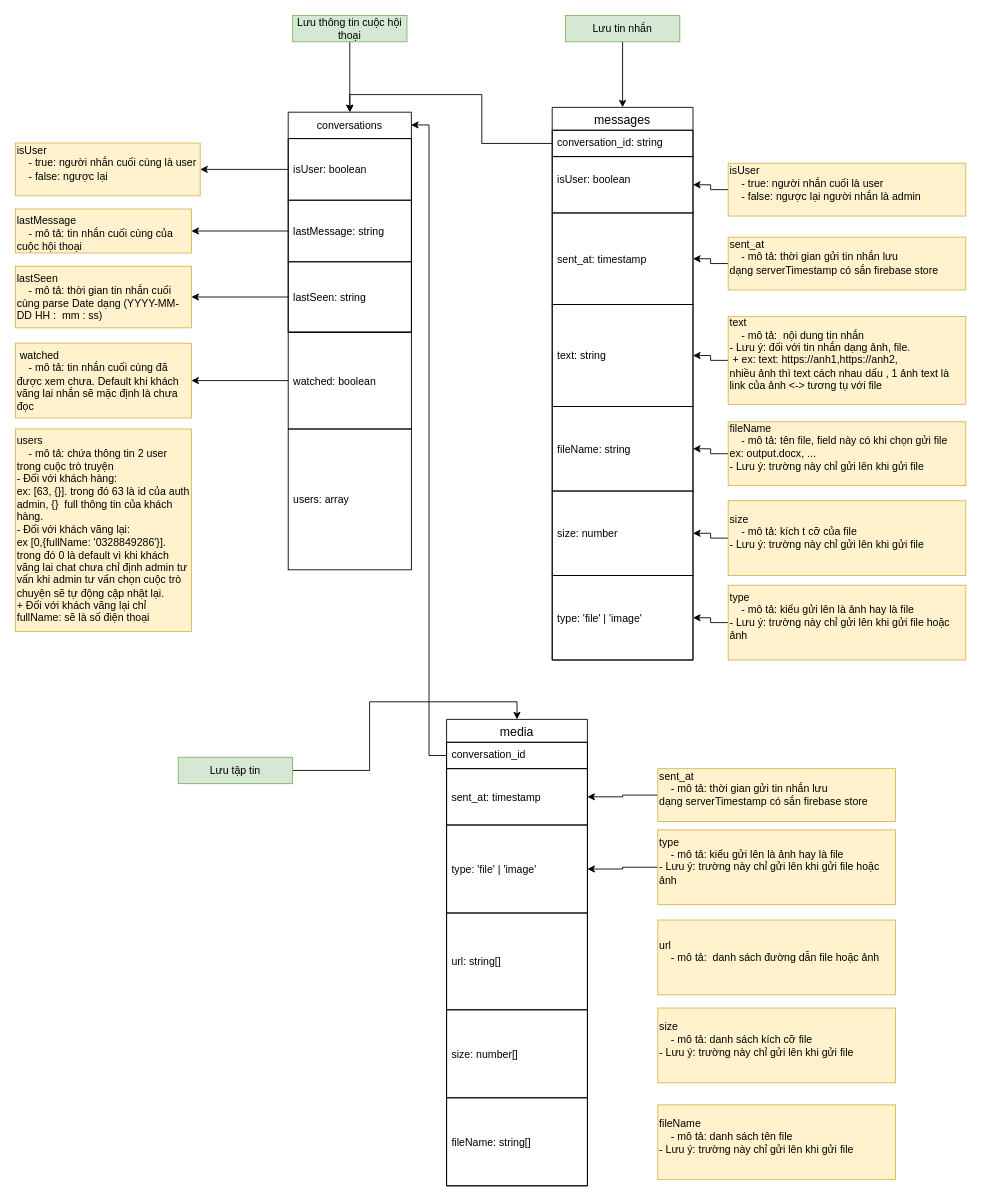
Above: firebase-store.drawio in nhuydev1704/xml-json (draw.io), before the change. Source tidied: cells renumbered, new cells numbered last; positions are measured from the earlier drawing's top-left corner, leaving out a move shared by most shapes. Both pictures are drawn from the tidied source at 88%, with x=0, y=0 at pixel (15, 15).
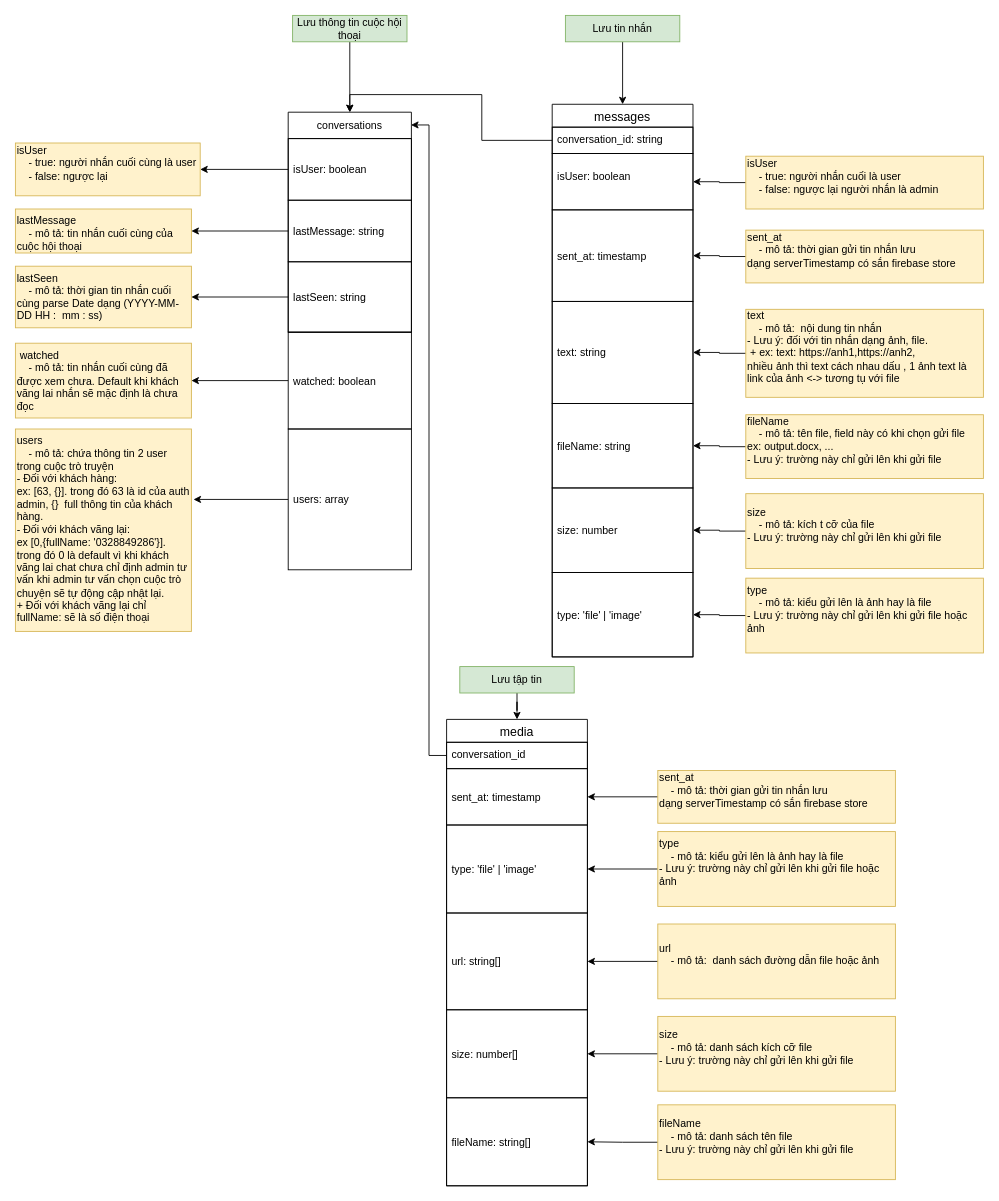
After the change.

Commit message (it also covers changes not shown here):
Cập nhật firebase-store.drawio

Unchanged cells that the change refers to:
```xml
<mxCell id="9" value="users: array" style="text;strokeColor=default;fillColor=none;align=left;verticalAlign=middle;spacingLeft=4;spacingRight=4;overflow=hidden;points=[[0,0.5],[1,0.5]];portConstraint=eastwest;" parent="1" vertex="1">
  <mxGeometry x="310" y="470" width="140" height="160" as="geometry" />
</mxCell>
<mxCell id="10" value="&lt;span style=&quot;color: rgba(0, 0, 0, 0); font-family: monospace; font-size: 0px;&quot;&gt;&amp;nbsp;%3CmxGraphModel%3E%3Croot%3E%3CmxCell%20id%3D%220%22%2F%3E%3CmxCell%20id%3D%221%22%20parent%3D%220%22%2F%3E%3CmxCell%20id%3D%222%22%20value%3D%22isUser%3A%20ki%E1%BB%83u%20d%E1%BB%AF%20li%E1%BB%87u%20boolean%26lt%3Bbr%26gt%3B%26amp%3Bnbsp%3B%20%26amp%3Bnbsp%3B%20true%3A%20ng%C6%B0%E1%BB%9Di%20nh%E1%BA%AFn%20cu%E1%BB%91i%20c%C3%B9ng%20l%C3%A0%20user%26lt%3Bbr%26gt%3B%26amp%3Bnbsp%3B%20%26amp%3Bnbsp%3B%20false%3A%20ng%C6%B0%E1%BB%A3c%20l%E1%BA%A1i%26lt%3Bbr%26gt%3B%26amp%3Bnbsp%3B%22%20style%3D%22text%3Bhtml%3D1%3BstrokeColor%3D%23d6b656%3BfillColor%3D%23fff2cc%3Balign%3Dleft%3BverticalAlign%3Dmiddle%3BwhiteSpace%3Dwrap%3Brounded%3D0%3B%22%20vertex%3D%221%22%20parent%3D%221%22%3E%3CmxGeometry%20x%3D%2210%22%20y%3D%22270%22%20width%3D%22200%22%20height%3D%2260%22%20as%3D%22geometry%22%2F%3E%3C%2FmxCell%3E%3C%2Froot%3E%3C%2FmxGraphModel%3E&lt;/span&gt;&lt;span style=&quot;&quot;&gt;users&lt;/span&gt;&lt;br&gt;&amp;nbsp; &amp;nbsp; - mô tả: chứa thông tin 2 user trong cuộc trò truyện&lt;br&gt;- Đối với khách hàng:&amp;nbsp;&lt;br&gt;ex: [63, {}]. trong đó 63 là id của auth admin, {}&amp;nbsp; full thông tin của khách hàng.&amp;nbsp;&lt;br&gt;- Đối với khách vãng lại:&lt;br&gt;ex [0,{fullName: '0328849286'}]. trong đó 0 là default vì khi khách vãng lai chat chưa chỉ định admin tư vấn khi admin tư vấn chọn cuộc trò chuyện sẽ tự động cập nhật lại.&lt;br&gt;+ Đối với khách vãng lại chỉ fullName: sẽ là số điện thoại&lt;br&gt;&lt;br&gt;&amp;nbsp;" style="text;html=1;strokeColor=#d6b656;fillColor=#fff2cc;align=left;verticalAlign=top;whiteSpace=wrap;rounded=0;sketch=0;" parent="1" vertex="1">
  <mxGeometry y="470" width="200" height="230" as="geometry" />
</mxCell>
<mxCell id="42" value="url: string[]" style="text;strokeColor=default;fillColor=none;spacingLeft=4;spacingRight=4;overflow=hidden;points=[[0,0.5],[1,0.5]];portConstraint=eastwest;fontSize=12;sketch=0;verticalAlign=middle;" parent="38" vertex="1">
  <mxGeometry y="220" width="160" height="110" as="geometry" />
</mxCell>
<mxCell id="43" value="size: number[]" style="text;strokeColor=default;fillColor=none;spacingLeft=4;spacingRight=4;overflow=hidden;points=[[0,0.5],[1,0.5]];portConstraint=eastwest;fontSize=12;sketch=0;verticalAlign=middle;" parent="38" vertex="1">
  <mxGeometry y="330" width="160" height="100" as="geometry" />
</mxCell>
<mxCell id="44" value="fileName: string[]" style="text;strokeColor=default;fillColor=none;spacingLeft=4;spacingRight=4;overflow=hidden;points=[[0,0.5],[1,0.5]];portConstraint=eastwest;fontSize=12;sketch=0;verticalAlign=middle;" parent="38" vertex="1">
  <mxGeometry y="430" width="160" height="100" as="geometry" />
</mxCell>
<mxCell id="57" value="fileName&lt;br&gt;&amp;nbsp; &amp;nbsp; - mô tả: danh sách tên file&lt;br&gt;- Lưu ý: trường này chỉ gửi lên khi gửi file&lt;br&gt;&amp;nbsp;" style="text;html=1;strokeColor=#d6b656;fillColor=#fff2cc;align=left;verticalAlign=middle;whiteSpace=wrap;rounded=0;" parent="1" vertex="1">
  <mxGeometry x="730" y="1238" width="270" height="85" as="geometry" />
</mxCell>
```

Diff of the diagram source:
```diff
@@
+    <mxCell id="59" style="edgeStyle=orthogonalEdgeStyle;rounded=0;jettySize=auto;html=1;entryX=1.012;entryY=0.348;entryDx=0;entryDy=0;entryPerimeter=0;" parent="1" edge="1" source="9" target="10">
+      <mxGeometry relative="1" as="geometry" />
+    </mxCell>
@@
     <mxCell id="18" value="messages" style="swimlane;fontStyle=0;horizontal=1;startSize=26;align=center;fontSize=14;sketch=0;strokeColor=default;" parent="1" vertex="1">
-      <mxGeometry x="610" y="104.5" width="160" height="628" as="geometry" />
+      <mxGeometry x="610" y="101" width="160" height="628" as="geometry" />
     </mxCell>
@@
     <mxCell id="27" value="isUser&lt;br&gt;&amp;nbsp; &amp;nbsp; - true: người nhắn cuối là user&lt;br&gt;&amp;nbsp; &amp;nbsp; - false: ngược lại người nhắn là admin&lt;br&gt;&amp;nbsp;" style="text;html=1;strokeColor=#d6b656;fillColor=#fff2cc;align=left;verticalAlign=middle;whiteSpace=wrap;rounded=0;" parent="1" vertex="1">
-      <mxGeometry x="810" y="168" width="270" height="60" as="geometry" />
+      <mxGeometry x="830" y="160" width="270" height="60" as="geometry" />
     </mxCell>
@@
     <mxCell id="29" value="sent_at&lt;br&gt;&amp;nbsp; &amp;nbsp; - mô tả: thời gian gửi tin nhắn lưu dạng&amp;nbsp;serverTimestamp có sắn firebase store&lt;br&gt;&amp;nbsp;" style="text;html=1;strokeColor=#d6b656;fillColor=#fff2cc;align=left;verticalAlign=middle;whiteSpace=wrap;rounded=0;" parent="1" vertex="1">
-      <mxGeometry x="810" y="252" width="270" height="60" as="geometry" />
+      <mxGeometry x="830" y="244" width="270" height="60" as="geometry" />
     </mxCell>
@@
     <mxCell id="31" value="text&lt;br&gt;&amp;nbsp; &amp;nbsp; - mô tả:&amp;nbsp; nội dung tin nhắn&lt;br&gt;- Lưu ý: đối với tin nhắn dạng ảnh, file.&lt;br&gt;&amp;nbsp;+ ex: text: https://anh1,https://anh2,&lt;br&gt;nhiều ảnh thì text cách nhau dấu , 1 ảnh text là link của ảnh &amp;lt;-&amp;gt; tương tụ với file&lt;br&gt;&amp;nbsp;" style="text;html=1;strokeColor=#d6b656;fillColor=#fff2cc;align=left;verticalAlign=middle;whiteSpace=wrap;rounded=0;" parent="1" vertex="1">
-      <mxGeometry x="810" y="342" width="270" height="100" as="geometry" />
+      <mxGeometry x="830" y="334" width="270" height="100" as="geometry" />
     </mxCell>
@@
     <mxCell id="33" value="fileName&lt;br&gt;&amp;nbsp; &amp;nbsp; - mô tả: tên file, field này có khi chọn gửi file&lt;br&gt;ex: output.docx, ...&lt;br&gt;- Lưu ý: trường này chỉ gửi lên khi gửi file&lt;br&gt;&amp;nbsp;" style="text;html=1;strokeColor=#d6b656;fillColor=#fff2cc;align=left;verticalAlign=middle;whiteSpace=wrap;rounded=0;" parent="1" vertex="1">
-      <mxGeometry x="810" y="461.8" width="270" height="72.5" as="geometry" />
+      <mxGeometry x="830" y="453.8" width="270" height="72.5" as="geometry" />
     </mxCell>
@@
     <mxCell id="35" value="size&lt;br&gt;&amp;nbsp; &amp;nbsp; - mô tả: kích t cỡ của file&lt;br&gt;- Lưu ý: trường này chỉ gửi lên khi gửi file&lt;br&gt;&amp;nbsp;" style="text;html=1;strokeColor=#d6b656;fillColor=#fff2cc;align=left;verticalAlign=middle;whiteSpace=wrap;rounded=0;" parent="1" vertex="1">
-      <mxGeometry x="810" y="551.5" width="270" height="85" as="geometry" />
+      <mxGeometry x="830" y="543.5" width="270" height="85" as="geometry" />
     </mxCell>
@@
     <mxCell id="37" value="type&lt;br&gt;&amp;nbsp; &amp;nbsp; - mô tả: kiểu gửi lên là ảnh hay là file&lt;br&gt;- Lưu ý: trường này chỉ gửi lên khi gửi file hoặc ảnh&lt;br&gt;&amp;nbsp;" style="text;html=1;strokeColor=#d6b656;fillColor=#fff2cc;align=left;verticalAlign=middle;whiteSpace=wrap;rounded=0;" parent="1" vertex="1">
-      <mxGeometry x="810" y="647.5" width="270" height="85" as="geometry" />
+      <mxGeometry x="830" y="639.5" width="270" height="85" as="geometry" />
     </mxCell>
@@
     <mxCell id="50" value="Lưu tập tin" style="text;html=1;strokeColor=#82b366;fillColor=#d5e8d4;align=center;verticalAlign=middle;whiteSpace=wrap;rounded=0;sketch=0;" parent="1" vertex="1">
-      <mxGeometry x="185" y="843" width="130" height="30" as="geometry" />
+      <mxGeometry x="505" y="740" width="130" height="30" as="geometry" />
     </mxCell>
@@
     <mxCell id="52" value="sent_at&lt;br&gt;&amp;nbsp; &amp;nbsp; - mô tả: thời gian gửi tin nhắn lưu dạng&amp;nbsp;serverTimestamp có sắn firebase store&lt;br&gt;&amp;nbsp;" style="text;html=1;strokeColor=#d6b656;fillColor=#fff2cc;align=left;verticalAlign=middle;whiteSpace=wrap;rounded=0;" parent="1" vertex="1">
-      <mxGeometry x="730" y="856" width="270" height="60" as="geometry" />
+      <mxGeometry x="730" y="858" width="270" height="60" as="geometry" />
     </mxCell>
@@
     <mxCell id="54" value="type&lt;br&gt;&amp;nbsp; &amp;nbsp; - mô tả: kiểu gửi lên là ảnh hay là file&lt;br&gt;- Lưu ý: trường này chỉ gửi lên khi gửi file hoặc ảnh&lt;br&gt;&amp;nbsp;" style="text;html=1;strokeColor=#d6b656;fillColor=#fff2cc;align=left;verticalAlign=middle;whiteSpace=wrap;rounded=0;" parent="1" vertex="1">
-      <mxGeometry x="730" y="925.5" width="270" height="85" as="geometry" />
+      <mxGeometry x="730" y="927.5" width="270" height="85" as="geometry" />
     </mxCell>
+    <mxCell id="60" style="edgeStyle=orthogonalEdgeStyle;rounded=0;jettySize=auto;html=1;entryX=1;entryY=0.5;entryDx=0;entryDy=0;" parent="1" edge="1" source="55" target="42">
+      <mxGeometry relative="1" as="geometry" />
+    </mxCell>
     <mxCell id="55" value="url&lt;br&gt;&amp;nbsp; &amp;nbsp; - mô tả:&amp;nbsp; danh sách đường dẫn file hoặc ảnh&lt;br&gt;&amp;nbsp;" style="text;html=1;strokeColor=#d6b656;fillColor=#fff2cc;align=left;verticalAlign=middle;whiteSpace=wrap;rounded=0;" parent="1" vertex="1">
-      <mxGeometry x="730" y="1028" width="270" height="85" as="geometry" />
+      <mxGeometry x="730" y="1032.5" width="270" height="85" as="geometry" />
     </mxCell>
+    <mxCell id="61" style="edgeStyle=orthogonalEdgeStyle;rounded=0;jettySize=auto;html=1;entryX=1;entryY=0.5;entryDx=0;entryDy=0;" parent="1" edge="1" source="56" target="43">
+      <mxGeometry relative="1" as="geometry" />
+    </mxCell>
     <mxCell id="56" value="size&lt;br&gt;&amp;nbsp; &amp;nbsp; - mô tả: danh sách kích cỡ file&lt;br&gt;- Lưu ý: trường này chỉ gửi lên khi gửi file&lt;br&gt;&amp;nbsp;" style="text;html=1;strokeColor=#d6b656;fillColor=#fff2cc;align=left;verticalAlign=middle;whiteSpace=wrap;rounded=0;" parent="1" vertex="1">
-      <mxGeometry x="730" y="1128" width="270" height="85" as="geometry" />
+      <mxGeometry x="730" y="1137.5" width="270" height="85" as="geometry" />
     </mxCell>
+    <mxCell id="62" style="edgeStyle=orthogonalEdgeStyle;rounded=0;jettySize=auto;html=1;entryX=1;entryY=0.5;entryDx=0;entryDy=0;" parent="1" edge="1" source="57" target="44">
+      <mxGeometry relative="1" as="geometry" />
+    </mxCell>
```
